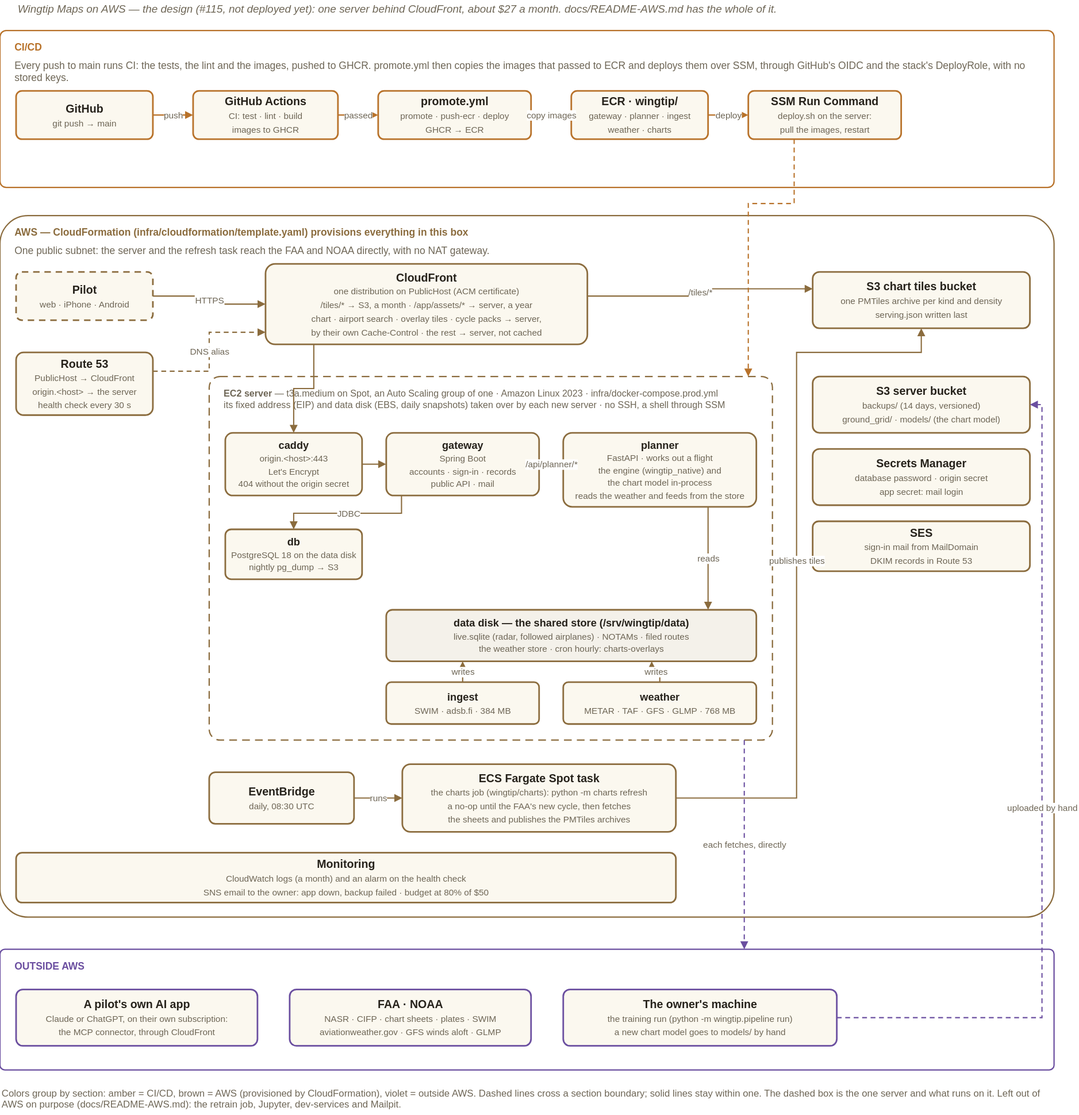
The draw.io diagram docs/architecture-aws.svg in asdaq-samir/wingtip, before a commit. Source tidied: cells renumbered, new cells last; positions are measured from the earlier drawing's top-left corner, leaving out a move shared by most shapes.
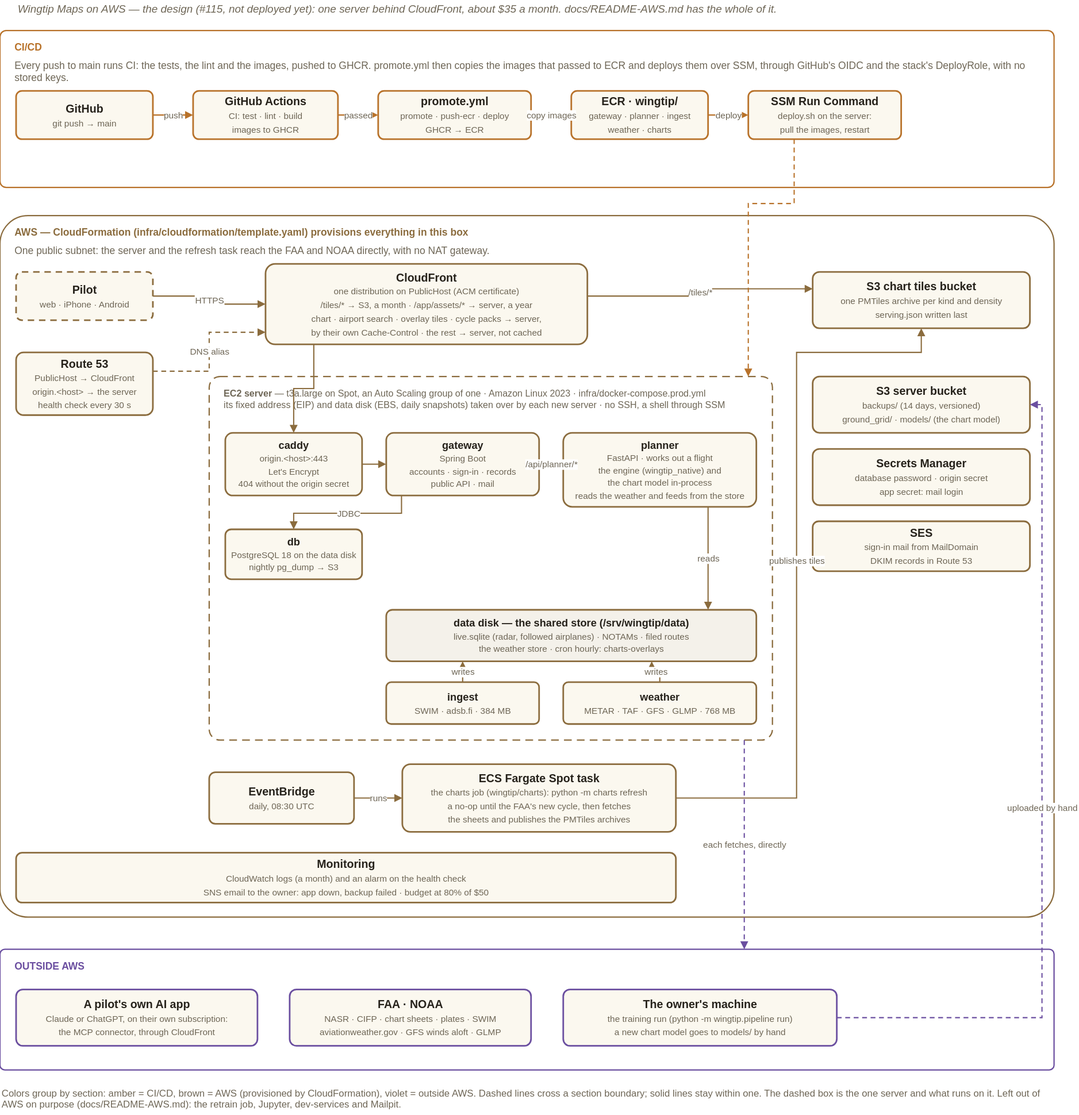
The same diagram one commit later.

Diff of the diagram source:
```diff
@@ -2,7 +2,7 @@
   <root>
     <mxCell id="0" />
     <mxCell id="1" parent="0" />
-    <mxCell id="2" value="Wingtip Maps on AWS — the design (#115, not deployed yet): one server behind CloudFront, about $27 a month. docs/README-AWS.md has the whole of it." style="text;html=1;fontSize=13.5;fontStyle=2;fontColor=#6E6656;align=left;verticalAlign=middle;" parent="1" vertex="1">
+    <mxCell id="2" value="Wingtip Maps on AWS — the design (#115, not deployed yet): one server behind CloudFront, about $35 a month. docs/README-AWS.md has the whole of it." style="text;html=1;fontSize=13.5;fontStyle=2;fontColor=#6E6656;align=left;verticalAlign=middle;" parent="1" vertex="1">
       <mxGeometry x="20" width="1270" height="24" as="geometry" />
     </mxCell>
     <mxCell id="3" style="rounded=1;whiteSpace=wrap;html=1;arcSize=4;fillColor=none;strokeColor=#B8722A;strokeWidth=1.6;" parent="1" vertex="1">
@@ -65,7 +65,7 @@
     <mxCell id="22" style="rounded=1;whiteSpace=wrap;html=1;arcSize=3;fillColor=none;strokeColor=#8B6C3E;strokeWidth=1.6;dashed=1;dashPattern=6 4;" parent="1" vertex="1">
       <mxGeometry x="260" y="468" width="700" height="452" as="geometry" />
     </mxCell>
-    <mxCell id="23" value="&lt;b&gt;EC2 server&lt;/b&gt; — t3a.medium on Spot, an Auto Scaling group of one · Amazon Linux 2023 · infra/docker-compose.prod.yml&lt;br&gt;its fixed address (EIP) and data disk (EBS, daily snapshots) taken over by each new server · no SSH, a shell through SSM" style="text;html=1;whiteSpace=wrap;fontSize=11.5;fontColor=#6E6656;align=left;verticalAlign=top;" parent="1" vertex="1">
+    <mxCell id="23" value="&lt;b&gt;EC2 server&lt;/b&gt; — t3a.large on Spot, an Auto Scaling group of one · Amazon Linux 2023 · infra/docker-compose.prod.yml&lt;br&gt;its fixed address (EIP) and data disk (EBS, daily snapshots) taken over by each new server · no SSH, a shell through SSM" style="text;html=1;whiteSpace=wrap;fontSize=11.5;fontColor=#6E6656;align=left;verticalAlign=top;" parent="1" vertex="1">
       <mxGeometry x="276" y="476" width="670" height="36" as="geometry" />
     </mxCell>
     <mxCell id="24" value="&lt;b&gt;caddy&lt;/b&gt;&lt;br&gt;&lt;span style=&quot;font-size:11px;color:#6E6656;&quot;&gt;origin.&amp;lt;host&amp;gt;:443&lt;/span&gt;&lt;br&gt;&lt;span style=&quot;font-size:11px;color:#6E6656;&quot;&gt;Let's Encrypt&lt;/span&gt;&lt;br&gt;&lt;span style=&quot;font-size:11px;color:#6E6656;&quot;&gt;404 without the origin secret&lt;/span&gt;" style="rounded=1;whiteSpace=wrap;html=1;arcSize=12;fillColor=#FBF8EF;strokeColor=#8B6C3E;strokeWidth=2;fontColor=#26221B;fontSize=13;verticalAlign=middle;spacing=4;" parent="1" vertex="1">
```
